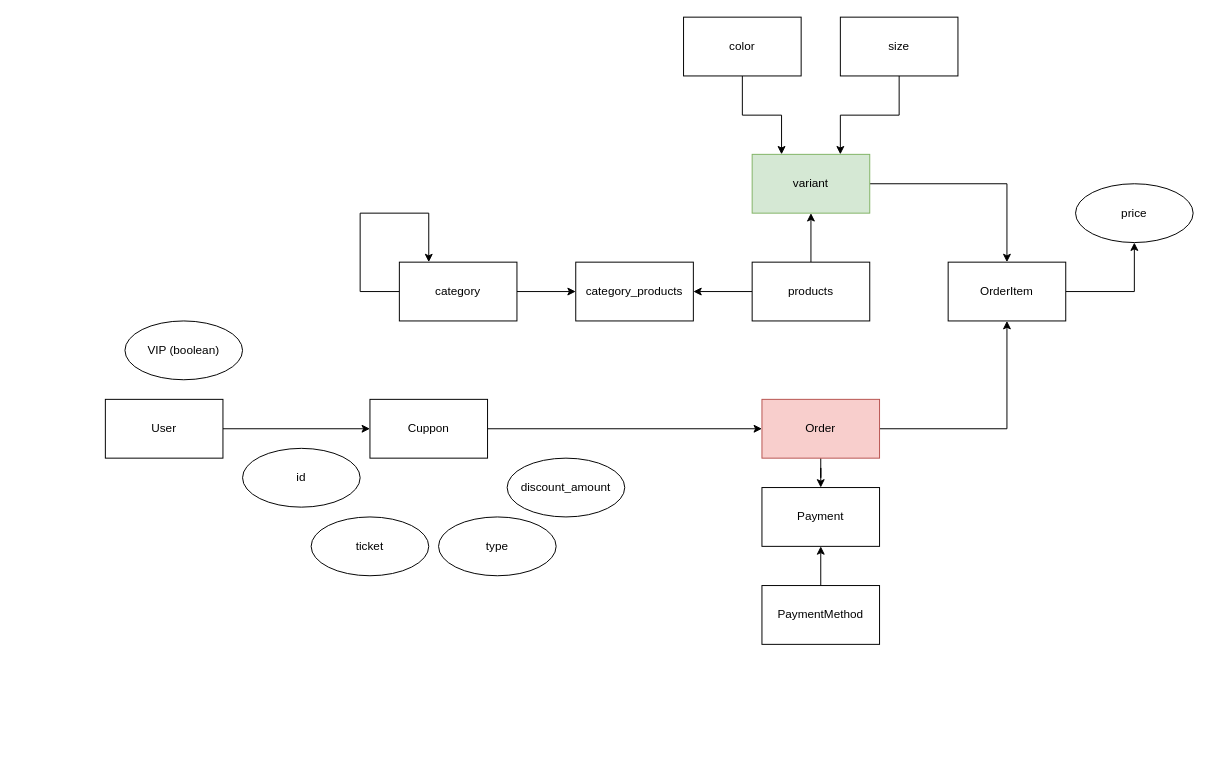
The draw.io diagram page "Page-1" (1 of 2) of Untitled Diagram.drawio in r-osoriobarra/ViajesChile, before the edit. Source tidied: cells renumbered, new cells numbered last; positions are measured from the earlier drawing's top-left corner, leaving out a move shared by most shapes. Both pictures are drawn from the tidied source at 98%, with x=0, y=0 at pixel (105, 17).
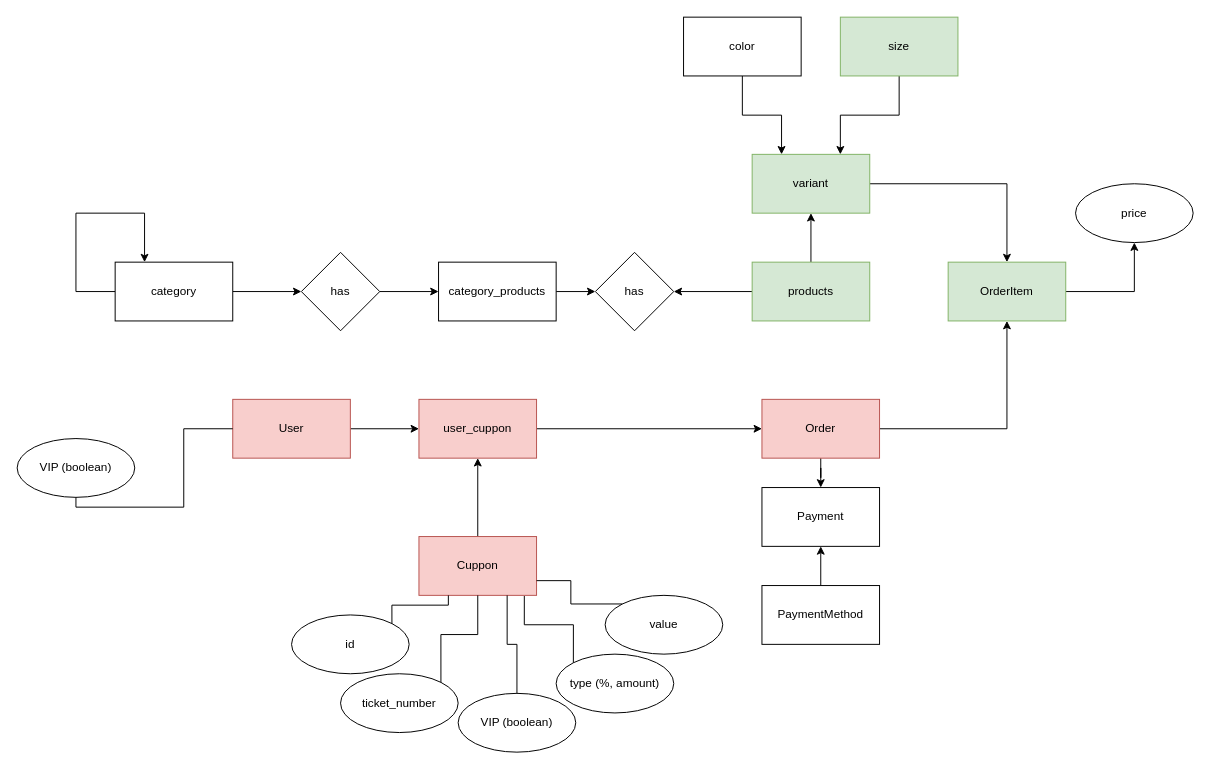
The same page after the edit.

Unchanged cells that the change refers to:
```xml
<mxCell id="13" value="Order" style="rounded=0;whiteSpace=wrap;html=1;fillColor=#f8cecc;strokeColor=#b85450;" parent="1" vertex="1">
  <mxGeometry x="670" y="390" width="120" height="60" as="geometry" />
</mxCell>
```

Diff of the diagram source:
```diff
@@
     <mxCell id="2" style="edgeStyle=orthogonalEdgeStyle;rounded=0;orthogonalLoop=1;jettySize=auto;html=1;exitX=0;exitY=0.5;exitDx=0;exitDy=0;entryX=0.25;entryY=0;entryDx=0;entryDy=0;" parent="1" edge="1" source="4" target="4">
       <mxGeometry relative="1" as="geometry">
         <Array as="points">
-          <mxPoint x="260" y="280" />
-          <mxPoint x="260" y="200" />
-          <mxPoint x="330" y="200" />
+          <mxPoint x="-30" y="280" />
+          <mxPoint x="-30" y="200" />
+          <mxPoint x="40" y="200" />
         </Array>
       </mxGeometry>
     </mxCell>
-    <mxCell id="3" style="edgeStyle=orthogonalEdgeStyle;rounded=0;jettySize=auto;html=1;exitX=1;exitY=0.5;exitDx=0;exitDy=0;entryX=0;entryY=0.5;entryDx=0;entryDy=0;" parent="1" edge="1" source="4" target="19">
-      <mxGeometry relative="1" as="geometry" />
-    </mxCell>
+    <mxCell id="33" style="edgeStyle=orthogonalEdgeStyle;rounded=0;jettySize=auto;html=1;" parent="1" edge="1" source="4" target="48">
+      <mxGeometry relative="1" as="geometry" />
+    </mxCell>
     <mxCell id="4" value="category" style="rounded=0;whiteSpace=wrap;html=1;" parent="1" vertex="1">
-      <mxGeometry x="300" y="250" width="120" height="60" as="geometry" />
+      <mxGeometry x="10" y="250" width="120" height="60" as="geometry" />
     </mxCell>
@@
-    <mxCell id="6" style="edgeStyle=orthogonalEdgeStyle;rounded=0;jettySize=auto;html=1;exitX=0;exitY=0.5;exitDx=0;exitDy=0;entryX=1;entryY=0.5;entryDx=0;entryDy=0;" parent="1" edge="1" source="8" target="19">
-      <mxGeometry relative="1" as="geometry" />
-    </mxCell>
@@
+    <mxCell id="34" style="edgeStyle=orthogonalEdgeStyle;rounded=0;jettySize=auto;html=1;exitX=0;exitY=0.5;exitDx=0;exitDy=0;entryX=1;entryY=0.5;entryDx=0;entryDy=0;" parent="1" edge="1" source="8" target="49">
+      <mxGeometry relative="1" as="geometry" />
+    </mxCell>
-    <mxCell id="8" value="products" style="rounded=0;whiteSpace=wrap;html=1;" parent="1" vertex="1">
+    <mxCell id="8" value="products" style="rounded=0;whiteSpace=wrap;html=1;fillColor=#d5e8d4;strokeColor=#82b366;" parent="1" vertex="1">
       <mxGeometry x="660" y="250" width="120" height="60" as="geometry" />
     </mxCell>
@@
-    <mxCell id="10" value="OrderItem" style="rounded=0;whiteSpace=wrap;html=1;" parent="1" vertex="1">
+    <mxCell id="10" value="OrderItem" style="rounded=0;whiteSpace=wrap;html=1;fillColor=#d5e8d4;strokeColor=#82b366;" parent="1" vertex="1">
       <mxGeometry x="860" y="250" width="120" height="60" as="geometry" />
     </mxCell>
@@
-    <mxCell id="14" style="edgeStyle=orthogonalEdgeStyle;rounded=0;jettySize=auto;html=1;entryX=0;entryY=0.5;entryDx=0;entryDy=0;" parent="1" edge="1" source="15" target="27">
-      <mxGeometry relative="1" as="geometry" />
-    </mxCell>
+    <mxCell id="35" style="edgeStyle=orthogonalEdgeStyle;rounded=0;jettySize=auto;html=1;exitX=1;exitY=0.5;exitDx=0;exitDy=0;entryX=0;entryY=0.5;entryDx=0;entryDy=0;" parent="1" edge="1" source="15" target="46">
+      <mxGeometry relative="1" as="geometry" />
+    </mxCell>
-    <mxCell id="15" value="User" style="rounded=0;whiteSpace=wrap;html=1;" parent="1" vertex="1">
-      <mxGeometry y="390" width="120" height="60" as="geometry" />
+    <mxCell id="15" value="User" style="rounded=0;whiteSpace=wrap;html=1;fillColor=#f8cecc;strokeColor=#b85450;" parent="1" vertex="1">
+      <mxGeometry x="130" y="390" width="120" height="60" as="geometry" />
     </mxCell>
@@
+    <mxCell id="36" style="edgeStyle=orthogonalEdgeStyle;rounded=0;jettySize=auto;html=1;" parent="1" edge="1" source="19" target="49">
+      <mxGeometry relative="1" as="geometry" />
+    </mxCell>
     <mxCell id="19" value="category_products" style="rounded=0;whiteSpace=wrap;html=1;" parent="1" vertex="1">
-      <mxGeometry x="480" y="250" width="120" height="60" as="geometry" />
+      <mxGeometry x="340" y="250" width="120" height="60" as="geometry" />
     </mxCell>
@@
-    <mxCell id="24" value="&lt;div&gt;size&lt;/div&gt;" style="whiteSpace=wrap;html=1;rounded=0;" parent="1" vertex="1">
+    <mxCell id="24" value="&lt;div&gt;size&lt;/div&gt;" style="whiteSpace=wrap;html=1;rounded=0;fillColor=#d5e8d4;strokeColor=#82b366;" parent="1" vertex="1">
       <mxGeometry x="750" width="120" height="60" as="geometry" />
     </mxCell>
@@
-    <mxCell id="26" style="edgeStyle=orthogonalEdgeStyle;rounded=0;jettySize=auto;html=1;exitX=1;exitY=0.5;exitDx=0;exitDy=0;entryX=0;entryY=0.5;entryDx=0;entryDy=0;" parent="1" edge="1" source="27" target="13">
-      <mxGeometry relative="1" as="geometry" />
-    </mxCell>
+    <mxCell id="37" style="edgeStyle=orthogonalEdgeStyle;rounded=0;jettySize=auto;html=1;exitX=0.5;exitY=0;exitDx=0;exitDy=0;entryX=0.5;entryY=1;entryDx=0;entryDy=0;" parent="1" edge="1" source="27" target="46">
+      <mxGeometry relative="1" as="geometry" />
+    </mxCell>
-    <mxCell id="27" value="Cuppon" style="rounded=0;whiteSpace=wrap;html=1;" parent="1" vertex="1">
-      <mxGeometry x="270" y="390" width="120" height="60" as="geometry" />
+    <mxCell id="27" value="Cuppon" style="rounded=0;whiteSpace=wrap;html=1;fillColor=#f8cecc;strokeColor=#b85450;" parent="1" vertex="1">
+      <mxGeometry x="320" y="530" width="120" height="60" as="geometry" />
     </mxCell>
     <mxCell id="28" value="VIP (boolean)" style="ellipse;whiteSpace=wrap;html=1;rounded=0;" parent="1" vertex="1">
-      <mxGeometry x="20" y="310" width="120" height="60" as="geometry" />
+      <mxGeometry x="-90" y="430" width="120" height="60" as="geometry" />
     </mxCell>
     <mxCell id="29" value="id" style="ellipse;whiteSpace=wrap;html=1;rounded=0;" parent="1" vertex="1">
-      <mxGeometry x="140" y="440" width="120" height="60" as="geometry" />
+      <mxGeometry x="190" y="610" width="120" height="60" as="geometry" />
     </mxCell>
-    <mxCell id="30" value="discount_amount" style="ellipse;whiteSpace=wrap;html=1;rounded=0;" parent="1" vertex="1">
-      <mxGeometry x="410" y="450" width="120" height="60" as="geometry" />
+    <mxCell id="30" value="value " style="ellipse;whiteSpace=wrap;html=1;rounded=0;" parent="1" vertex="1">
+      <mxGeometry x="510" y="590" width="120" height="60" as="geometry" />
     </mxCell>
-    <mxCell id="31" value="type" style="ellipse;whiteSpace=wrap;html=1;rounded=0;" parent="1" vertex="1">
-      <mxGeometry x="340" y="510" width="120" height="60" as="geometry" />
+    <mxCell id="31" value="type (%, amount)" style="ellipse;whiteSpace=wrap;html=1;rounded=0;" parent="1" vertex="1">
+      <mxGeometry x="460" y="650" width="120" height="60" as="geometry" />
     </mxCell>
-    <mxCell id="32" value="ticket" style="ellipse;whiteSpace=wrap;html=1;rounded=0;" parent="1" vertex="1">
-      <mxGeometry x="210" y="510" width="120" height="60" as="geometry" />
+    <mxCell id="32" value="ticket_number" style="ellipse;whiteSpace=wrap;html=1;rounded=0;" parent="1" vertex="1">
+      <mxGeometry x="240" y="670" width="120" height="60" as="geometry" />
     </mxCell>
+    <mxCell id="38" value="VIP (boolean)" style="ellipse;whiteSpace=wrap;html=1;rounded=0;" parent="1" vertex="1">
+      <mxGeometry x="360" y="690" width="120" height="60" as="geometry" />
+    </mxCell>
+    <mxCell id="39" style="endArrow=none;html=1;rounded=0;edgeStyle=orthogonalEdgeStyle;exitX=0.25;exitY=1;exitDx=0;exitDy=0;entryX=1;entryY=0;entryDx=0;entryDy=0;" parent="1" edge="1" source="27" target="29">
+      <mxGeometry relative="1" as="geometry" />
+    </mxCell>
+    <mxCell id="40" style="endArrow=none;html=1;rounded=0;edgeStyle=orthogonalEdgeStyle;exitX=0.5;exitY=1;exitDx=0;exitDy=0;entryX=1;entryY=0;entryDx=0;entryDy=0;" parent="1" edge="1" source="27" target="32">
+      <mxGeometry relative="1" as="geometry" />
+    </mxCell>
+    <mxCell id="41" style="endArrow=none;html=1;rounded=0;edgeStyle=orthogonalEdgeStyle;exitX=0.75;exitY=1;exitDx=0;exitDy=0;entryX=0.5;entryY=0;entryDx=0;entryDy=0;" parent="1" edge="1" source="27" target="38">
+      <mxGeometry relative="1" as="geometry" />
+    </mxCell>
+    <mxCell id="42" style="endArrow=none;html=1;rounded=0;edgeStyle=orthogonalEdgeStyle;exitX=0.896;exitY=1.011;exitDx=0;exitDy=0;entryX=0;entryY=0;entryDx=0;entryDy=0;exitPerimeter=0;" parent="1" edge="1" source="27" target="31">
+      <mxGeometry relative="1" as="geometry" />
+    </mxCell>
+    <mxCell id="43" style="endArrow=none;html=1;rounded=0;edgeStyle=orthogonalEdgeStyle;exitX=1;exitY=0.75;exitDx=0;exitDy=0;entryX=0;entryY=0;entryDx=0;entryDy=0;" parent="1" edge="1" source="27" target="30">
+      <mxGeometry relative="1" as="geometry" />
+    </mxCell>
+    <mxCell id="44" style="endArrow=none;html=1;rounded=0;edgeStyle=orthogonalEdgeStyle;exitX=0.5;exitY=1;exitDx=0;exitDy=0;entryX=0;entryY=0.5;entryDx=0;entryDy=0;" parent="1" edge="1" source="28" target="15">
+      <mxGeometry relative="1" as="geometry" />
+    </mxCell>
+    <mxCell id="45" style="edgeStyle=orthogonalEdgeStyle;rounded=0;jettySize=auto;html=1;exitX=1;exitY=0.5;exitDx=0;exitDy=0;entryX=0;entryY=0.5;entryDx=0;entryDy=0;" parent="1" edge="1" source="46" target="13">
+      <mxGeometry relative="1" as="geometry" />
+    </mxCell>
+    <mxCell id="46" value="user_cuppon" style="rounded=0;whiteSpace=wrap;html=1;fillColor=#f8cecc;strokeColor=#b85450;" parent="1" vertex="1">
+      <mxGeometry x="320" y="390" width="120" height="60" as="geometry" />
+    </mxCell>
+    <mxCell id="47" style="edgeStyle=orthogonalEdgeStyle;rounded=0;jettySize=auto;html=1;" parent="1" edge="1" source="48" target="19">
+      <mxGeometry relative="1" as="geometry" />
+    </mxCell>
+    <mxCell id="48" value="has" style="rhombus;whiteSpace=wrap;html=1;rounded=0;" parent="1" vertex="1">
+      <mxGeometry x="200" y="240" width="80" height="80" as="geometry" />
+    </mxCell>
+    <mxCell id="49" value="has" style="rhombus;whiteSpace=wrap;html=1;rounded=0;" parent="1" vertex="1">
+      <mxGeometry x="500" y="240" width="80" height="80" as="geometry" />
+    </mxCell>
```
